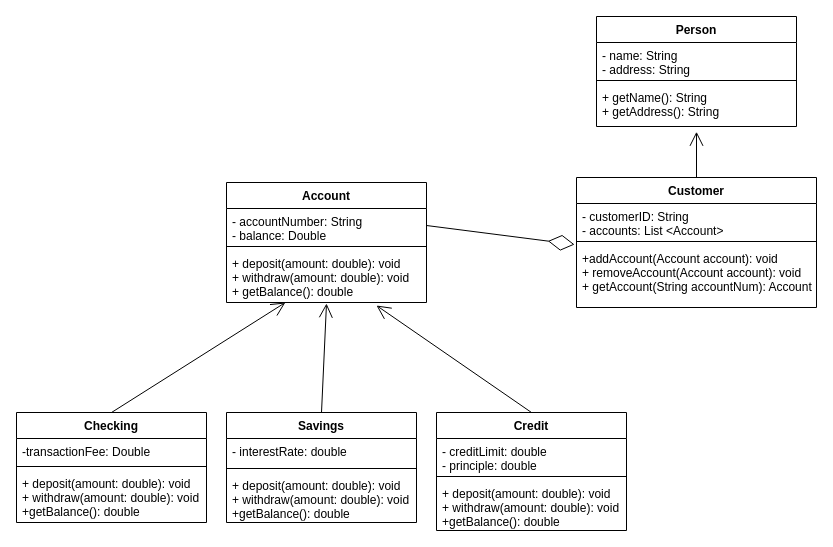
Earlier version of the draw.io diagram UML Diagrams/UML Class Diagram.drawio (V00D00M/El-Paso-Miners-Bank). Source tidied: cells renumbered, new cells numbered last; positions are measured from the earlier drawing's top-left corner, leaving out a move shared by most shapes. Both pictures are drawn from the tidied source at 100%, with x=0, y=0 at pixel (16, 16).
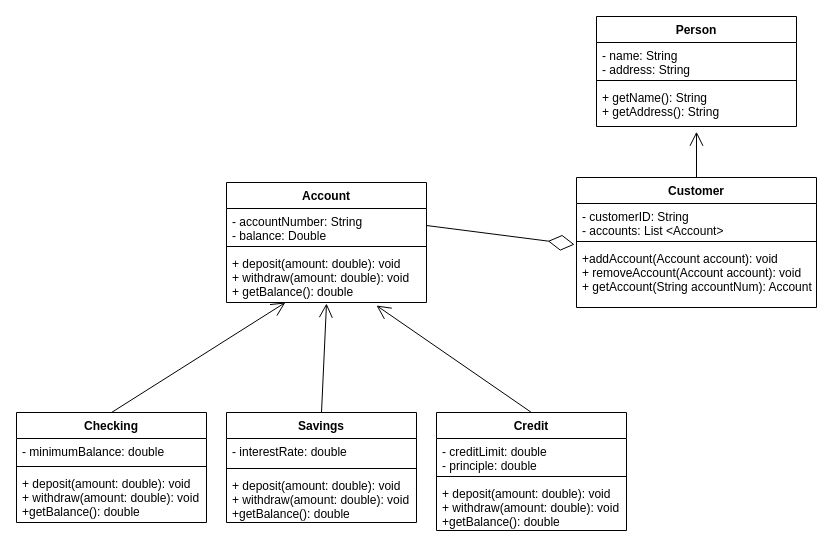
After the change.

The change refers to these unchanged cells:
```xml
<mxCell id="6" value="Checking" style="swimlane;fontStyle=1;align=center;verticalAlign=top;horizontal=1;startSize=26;" parent="1" vertex="1">
  <mxGeometry y="396" width="190" height="110" as="geometry" />
</mxCell>
```

Change to the diagram source:
```diff
@@
-    <mxCell id="7" value="-transactionFee: Double" style="text;strokeColor=none;fillColor=none;align=left;verticalAlign=top;spacingLeft=4;spacingRight=4;overflow=hidden;" parent="6" vertex="1">
+    <mxCell id="7" value="- minimumBalance: double" style="text;strokeColor=none;fillColor=none;align=left;verticalAlign=top;spacingLeft=4;spacingRight=4;overflow=hidden;" parent="6" vertex="1">
       <mxGeometry y="26" width="190" height="24" as="geometry" />
     </mxCell>
```
